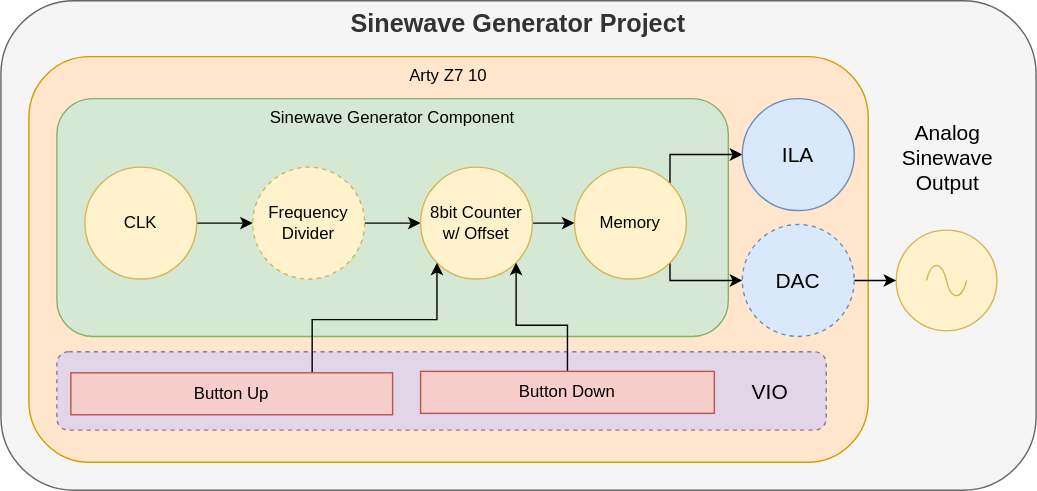
This is doc/images/BlockDiagram.svg from lorsi96/VHDL-Sinewave-Generator, a draw.io export, as it was before one commit. Source tidied: cells renumbered, new cells last; positions are measured from the earlier drawing's top-left corner, leaving out a move shared by most shapes.
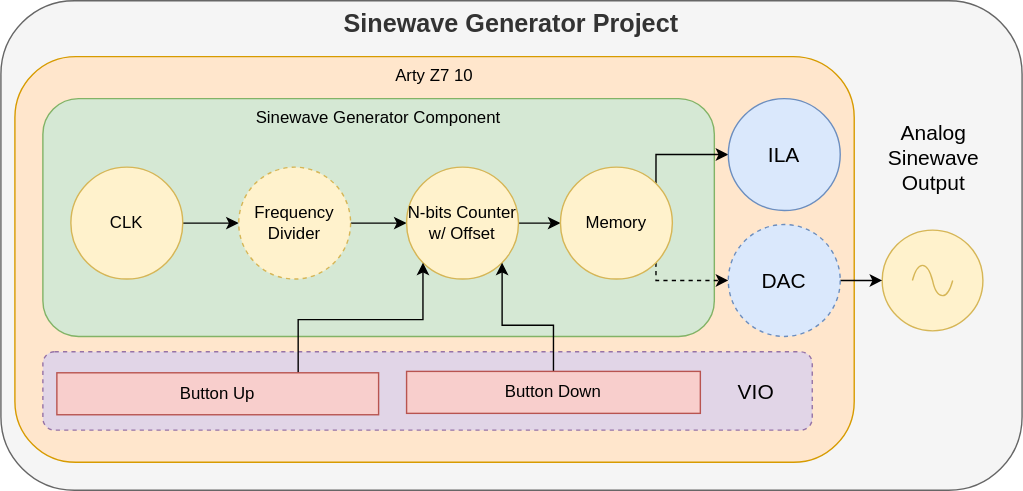
After the change.

What changed in the source:
```diff
@@ -3,7 +3,7 @@
     <mxCell id="0" />
     <mxCell id="1" parent="0" />
     <mxCell id="2" value="&lt;b&gt;&lt;font style=&quot;font-size: 18px&quot;&gt;Sinewave Generator Project&lt;/font&gt;&lt;/b&gt;" style="rounded=1;whiteSpace=wrap;html=1;fontSize=15;align=center;verticalAlign=top;fillColor=#f5f5f5;strokeColor=#666666;fontColor=#333333;" parent="1" vertex="1">
-      <mxGeometry width="740" height="350" as="geometry" />
+      <mxGeometry x="10" width="730" height="350" as="geometry" />
     </mxCell>
     <mxCell id="3" value="Arty Z7 10" style="rounded=1;whiteSpace=wrap;html=1;verticalAlign=top;fillColor=#ffe6cc;strokeColor=#d79b00;" parent="1" vertex="1">
       <mxGeometry x="20" y="40" width="600" height="290" as="geometry" />
@@ -29,7 +29,7 @@
     <mxCell id="10" style="edgeStyle=orthogonalEdgeStyle;rounded=0;jettySize=auto;html=1;exitX=1;exitY=0.5;exitDx=0;exitDy=0;entryX=0;entryY=0.5;entryDx=0;entryDy=0;fontSize=15;" parent="1" edge="1" source="11" target="14">
       <mxGeometry relative="1" as="geometry" />
     </mxCell>
-    <mxCell id="11" value="8bit Counter&lt;br&gt;w/ Offset" style="ellipse;whiteSpace=wrap;html=1;fillColor=#fff2cc;strokeColor=#d6b656;" parent="1" vertex="1">
+    <mxCell id="11" value="N-bits Counter&lt;br&gt;w/ Offset" style="ellipse;whiteSpace=wrap;html=1;fillColor=#fff2cc;strokeColor=#d6b656;" parent="1" vertex="1">
       <mxGeometry x="300" y="119" width="80" height="80" as="geometry" />
     </mxCell>
     <mxCell id="12" style="edgeStyle=orthogonalEdgeStyle;rounded=0;jettySize=auto;html=1;exitX=1;exitY=0;exitDx=0;exitDy=0;fontSize=15;" parent="1" edge="1" source="14" target="22">
@@ -39,7 +39,7 @@
         </Array>
       </mxGeometry>
     </mxCell>
-    <mxCell id="13" style="edgeStyle=orthogonalEdgeStyle;rounded=0;jettySize=auto;html=1;exitX=1;exitY=1;exitDx=0;exitDy=0;entryX=0;entryY=0.5;entryDx=0;entryDy=0;fontSize=15;" parent="1" edge="1" source="14" target="21">
+    <mxCell id="13" style="edgeStyle=orthogonalEdgeStyle;rounded=0;jettySize=auto;html=1;exitX=1;exitY=1;exitDx=0;exitDy=0;entryX=0;entryY=0.5;entryDx=0;entryDy=0;fontSize=15;dashed=1;" parent="1" edge="1" source="14" target="21">
       <mxGeometry relative="1" as="geometry">
         <Array as="points">
           <mxPoint x="478" y="200" />
```
